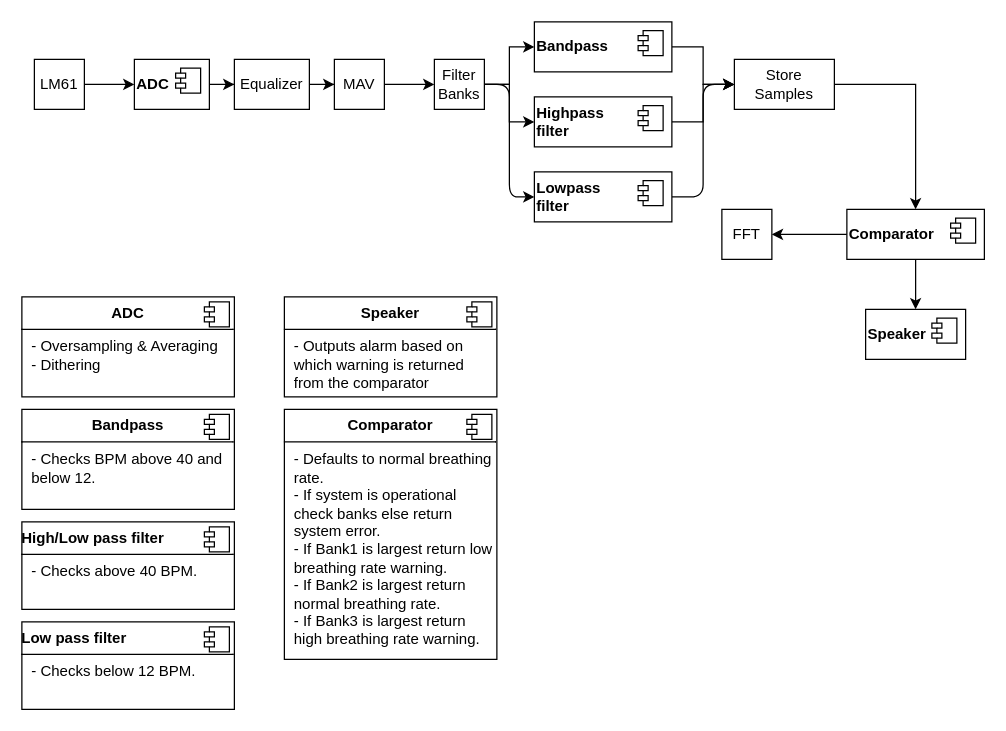
Before: lab10 Breathing Rate Monitor/docs/BreathRateMonitorDiagram.drawio in DiegoLHendrix/DSP, a draw.io diagram. Source tidied: cells renumbered, new cells numbered last; positions are measured from the earlier drawing's top-left corner, leaving out a move shared by most shapes. Both pictures are drawn from the tidied source at 125%, with x=0, y=0 at pixel (21, 21).
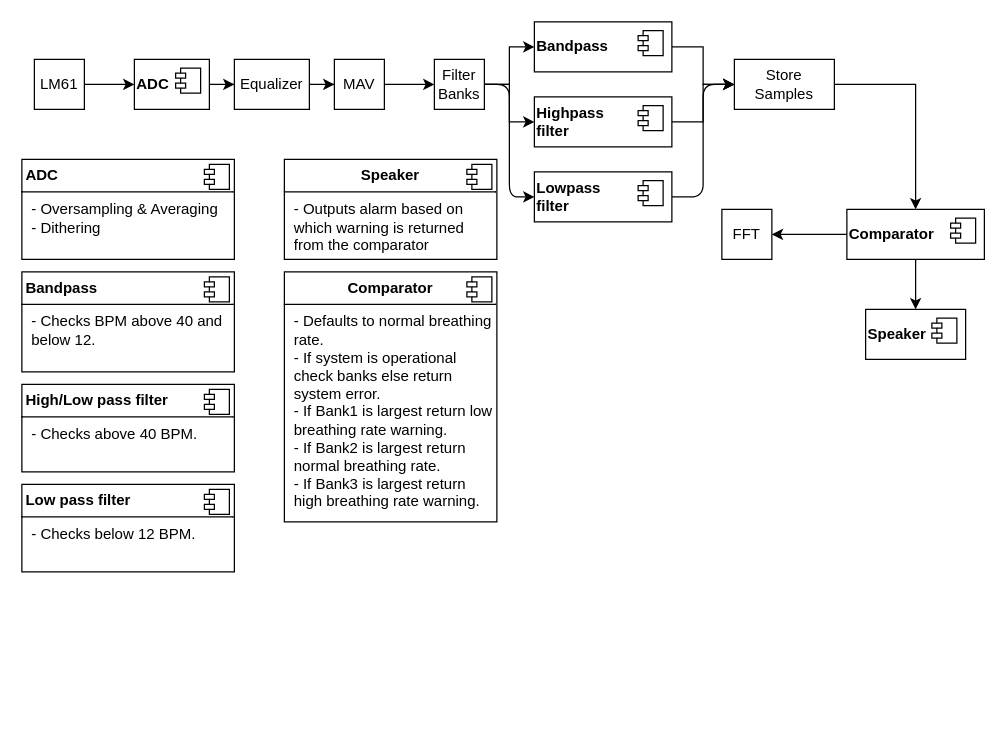
The same page after the edit.

Commit message (it also covers changes not shown here):
Formatting changes and block diagram

What changed in the source:
```diff
@@
-    <mxCell id="15" value="&lt;p style=&quot;margin:0px;margin-top:6px;text-align:center;&quot;&gt;&lt;b&gt;&lt;font&gt;ADC&lt;/font&gt;&lt;/b&gt;&lt;/p&gt;&lt;hr size=&quot;1&quot; style=&quot;border-style:solid;&quot;&gt;&lt;p style=&quot;margin:0px;margin-left:8px;&quot;&gt;- Oversampling &amp;amp; Averaging&lt;/p&gt;&lt;p style=&quot;margin:0px;margin-left:8px;&quot;&gt;- Dithering&lt;/p&gt;" style="align=left;overflow=fill;html=1;whiteSpace=wrap;" parent="1" vertex="1">
-      <mxGeometry y="220" width="170" height="80" as="geometry" />
+    <mxCell id="15" value="&lt;p style=&quot;margin: 6px 0px 0px;&quot;&gt;&lt;b&gt;&lt;font&gt;&amp;nbsp;ADC&lt;/font&gt;&lt;/b&gt;&lt;/p&gt;&lt;hr size=&quot;1&quot; style=&quot;border-style:solid;&quot;&gt;&lt;p style=&quot;margin:0px;margin-left:8px;&quot;&gt;- Oversampling &amp;amp; Averaging&lt;/p&gt;&lt;p style=&quot;margin:0px;margin-left:8px;&quot;&gt;- Dithering&lt;/p&gt;" style="align=left;overflow=fill;html=1;whiteSpace=wrap;" parent="1" vertex="1">
+      <mxGeometry y="110" width="170" height="80" as="geometry" />
     </mxCell>
@@
-    <mxCell id="17" value="&lt;p style=&quot;margin:0px;margin-top:6px;text-align:center;&quot;&gt;&lt;b&gt;&lt;font&gt;Bandpass&lt;/font&gt;&lt;/b&gt;&lt;/p&gt;&lt;hr size=&quot;1&quot; style=&quot;border-style:solid;&quot;&gt;&lt;p style=&quot;margin:0px;margin-left:8px;&quot;&gt;- Checks BPM above 40 and below 12.&lt;/p&gt;" style="align=left;overflow=fill;html=1;whiteSpace=wrap;" parent="1" vertex="1">
-      <mxGeometry y="310" width="170" height="80" as="geometry" />
+    <mxCell id="17" value="&lt;p style=&quot;margin: 6px 0px 0px;&quot;&gt;&lt;b&gt;&lt;font&gt;&amp;nbsp;Bandpass&lt;/font&gt;&lt;/b&gt;&lt;/p&gt;&lt;hr size=&quot;1&quot; style=&quot;border-style:solid;&quot;&gt;&lt;p style=&quot;margin:0px;margin-left:8px;&quot;&gt;- Checks BPM above 40 and below 12.&lt;/p&gt;" style="align=left;overflow=fill;html=1;whiteSpace=wrap;" parent="1" vertex="1">
+      <mxGeometry y="200" width="170" height="80" as="geometry" />
     </mxCell>
@@
-    <mxCell id="25" value="&lt;p style=&quot;margin: 6px 0px 0px;&quot;&gt;&lt;b&gt;High/Low pass filter&lt;/b&gt;&lt;/p&gt;&lt;hr size=&quot;1&quot; style=&quot;border-style:solid;&quot;&gt;&lt;p style=&quot;margin:0px;margin-left:8px;&quot;&gt;- Checks above 40 BPM.&lt;/p&gt;" style="align=left;overflow=fill;html=1;whiteSpace=wrap;" parent="1" vertex="1">
-      <mxGeometry y="400" width="170" height="70" as="geometry" />
+    <mxCell id="25" value="&lt;p style=&quot;margin: 6px 0px 0px;&quot;&gt;&lt;b&gt;&amp;nbsp;High/Low pass filter&lt;/b&gt;&lt;/p&gt;&lt;hr size=&quot;1&quot; style=&quot;border-style:solid;&quot;&gt;&lt;p style=&quot;margin:0px;margin-left:8px;&quot;&gt;- Checks above 40 BPM.&lt;/p&gt;" style="align=left;overflow=fill;html=1;whiteSpace=wrap;" parent="1" vertex="1">
+      <mxGeometry y="290" width="170" height="70" as="geometry" />
     </mxCell>
@@
     <mxCell id="30" value="&lt;p style=&quot;margin:0px;margin-top:6px;text-align:center;&quot;&gt;&lt;b&gt;&lt;font&gt;Comparator&lt;/font&gt;&lt;/b&gt;&lt;/p&gt;&lt;hr size=&quot;1&quot; style=&quot;border-style:solid;&quot;&gt;&lt;p style=&quot;margin:0px;margin-left:8px;&quot;&gt;&lt;font&gt;- Defaults to normal breathing rate.&lt;/font&gt;&lt;/p&gt;&lt;p style=&quot;margin:0px;margin-left:8px;&quot;&gt;&lt;font&gt;- If system is operational check banks else return system error.&lt;/font&gt;&lt;/p&gt;&lt;p style=&quot;margin:0px;margin-left:8px;&quot;&gt;&lt;font&gt;- If Bank1&amp;nbsp;is largest return low breathing rate warning.&lt;/font&gt;&lt;/p&gt;&lt;p style=&quot;margin:0px;margin-left:8px;&quot;&gt;&lt;font&gt;- If Bank2 is largest return normal breathing rate.&lt;/font&gt;&lt;/p&gt;&lt;p style=&quot;margin:0px;margin-left:8px;&quot;&gt;&lt;font&gt;- If&amp;nbsp;&lt;span style=&quot;background-color: transparent;&quot;&gt;Bank3 is largest return high breathing rate warning.&lt;/span&gt;&lt;/font&gt;&lt;/p&gt;" style="align=left;overflow=fill;html=1;whiteSpace=wrap;" parent="1" vertex="1">
-      <mxGeometry x="210" y="310" width="170" height="200" as="geometry" />
+      <mxGeometry x="210" y="200" width="170" height="200" as="geometry" />
     </mxCell>
@@
     <mxCell id="36" value="&lt;p style=&quot;margin:0px;margin-top:6px;text-align:center;&quot;&gt;&lt;b&gt;Speaker&lt;/b&gt;&lt;/p&gt;&lt;hr size=&quot;1&quot; style=&quot;border-style:solid;&quot;&gt;&lt;p style=&quot;margin:0px;margin-left:8px;&quot;&gt;- Outputs alarm based on which warning is returned from the comparator&lt;/p&gt;" style="align=left;overflow=fill;html=1;whiteSpace=wrap;" parent="1" vertex="1">
-      <mxGeometry x="210" y="220" width="170" height="80" as="geometry" />
+      <mxGeometry x="210" y="110" width="170" height="80" as="geometry" />
     </mxCell>
@@
-    <mxCell id="43" value="&lt;p style=&quot;margin: 6px 0px 0px;&quot;&gt;&lt;b&gt;Low pass filter&lt;/b&gt;&lt;/p&gt;&lt;hr size=&quot;1&quot; style=&quot;border-style:solid;&quot;&gt;&lt;p style=&quot;margin:0px;margin-left:8px;&quot;&gt;- Checks below 12 BPM.&lt;/p&gt;" style="align=left;overflow=fill;html=1;whiteSpace=wrap;" parent="1" vertex="1">
-      <mxGeometry y="480" width="170" height="70" as="geometry" />
+    <mxCell id="43" value="&lt;p style=&quot;margin: 6px 0px 0px;&quot;&gt;&lt;b&gt;&amp;nbsp;Low pass filter&lt;/b&gt;&lt;/p&gt;&lt;hr size=&quot;1&quot; style=&quot;border-style:solid;&quot;&gt;&lt;p style=&quot;margin:0px;margin-left:8px;&quot;&gt;- Checks below 12 BPM.&lt;/p&gt;" style="align=left;overflow=fill;html=1;whiteSpace=wrap;" parent="1" vertex="1">
+      <mxGeometry y="370" width="170" height="70" as="geometry" />
     </mxCell>
```
